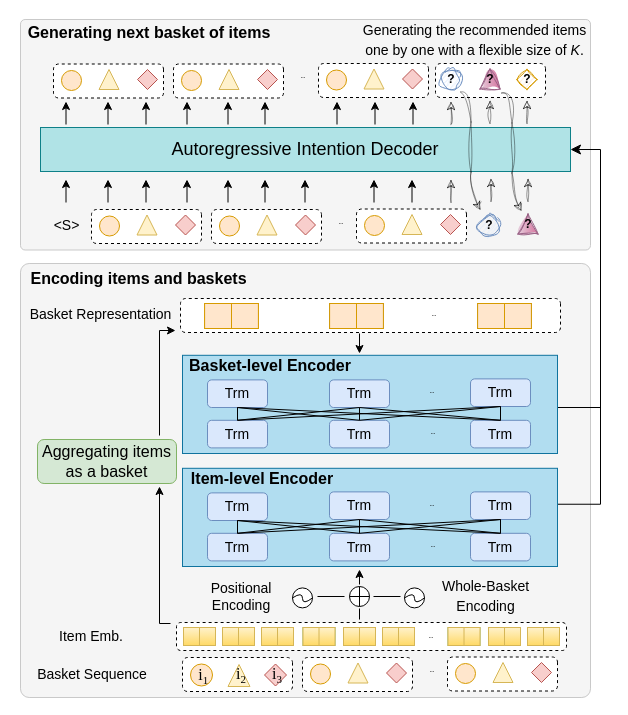
The draw.io diagram architecture.drawio in wenqisun/data, before the edit. Source tidied: cells renumbered, new cells numbered last; positions are measured from the earlier drawing's top-left corner, leaving out a move shared by most shapes. Both pictures are drawn from the tidied source at 100%, with x=0, y=0 at pixel (17, 17).
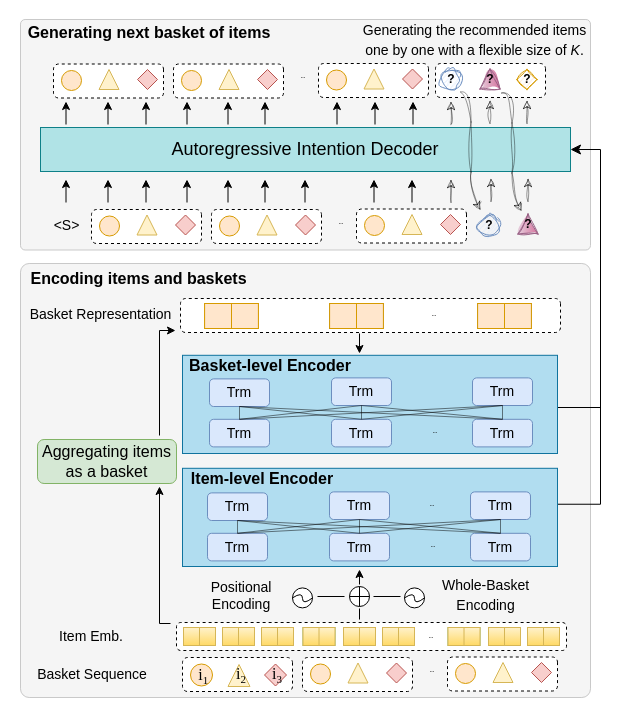
The same diagram, later.

The change refers to these unchanged cells:
```xml
<mxCell id="114" style="group;" parent="1" vertex="1">
  <mxGeometry x="164" y="332" width="376" height="116" as="geometry" />
</mxCell>
<mxCell id="134" style="group;" parent="1" vertex="1">
  <mxGeometry x="164" y="445" width="376" height="116" as="geometry" />
</mxCell>
<mxCell id="136" value="&lt;font style=&quot;font-size: 14px;&quot;&gt;Trm&lt;/font&gt;" style="rounded=1;whiteSpace=wrap;html=1;fillColor=#dae8fc;strokeColor=#6c8ebf;" parent="134" vertex="1">
  <mxGeometry x="26" y="30.4" width="60" height="27.6" as="geometry" />
</mxCell>
<mxCell id="137" value="&lt;font style=&quot;font-size: 14px;&quot;&gt;Trm&lt;/font&gt;" style="rounded=1;whiteSpace=wrap;html=1;fillColor=#dae8fc;strokeColor=#6c8ebf;" parent="134" vertex="1">
  <mxGeometry x="148" y="29.4" width="60" height="27.6" as="geometry" />
</mxCell>
<mxCell id="138" value="&lt;font style=&quot;font-size: 14px;&quot;&gt;Trm&lt;/font&gt;" style="rounded=1;whiteSpace=wrap;html=1;fillColor=#dae8fc;strokeColor=#6c8ebf;" parent="134" vertex="1">
  <mxGeometry x="289" y="29.4" width="60" height="27.6" as="geometry" />
</mxCell>
<mxCell id="139" value="&lt;font style=&quot;font-size: 14px;&quot;&gt;Trm&lt;/font&gt;" style="rounded=1;whiteSpace=wrap;html=1;fillColor=#dae8fc;strokeColor=#6c8ebf;" parent="134" vertex="1">
  <mxGeometry x="26" y="70.8" width="60" height="27.6" as="geometry" />
</mxCell>
<mxCell id="140" value="&lt;font style=&quot;font-size: 14px;&quot;&gt;Trm&lt;/font&gt;" style="rounded=1;whiteSpace=wrap;html=1;fillColor=#dae8fc;strokeColor=#6c8ebf;" parent="134" vertex="1">
  <mxGeometry x="148" y="70.8" width="60" height="27.6" as="geometry" />
</mxCell>
<mxCell id="141" value="&lt;font style=&quot;font-size: 14px;&quot;&gt;Trm&lt;/font&gt;" style="rounded=1;whiteSpace=wrap;html=1;fillColor=#dae8fc;strokeColor=#6c8ebf;" parent="134" vertex="1">
  <mxGeometry x="289" y="70.8" width="60" height="27.6" as="geometry" />
</mxCell>
```

Change to the diagram source:
```diff
@@
-    <mxCell id="116" value="&lt;font style=&quot;font-size: 14px;&quot;&gt;Trm&lt;/font&gt;" style="rounded=1;whiteSpace=wrap;html=1;fillColor=#dae8fc;strokeColor=#6c8ebf;" parent="114" vertex="1">
-      <mxGeometry x="26" y="30.4" width="60" height="27.6" as="geometry" />
-    </mxCell>
-    <mxCell id="117" value="&lt;font style=&quot;font-size: 14px;&quot;&gt;Trm&lt;/font&gt;" style="rounded=1;whiteSpace=wrap;html=1;fillColor=#dae8fc;strokeColor=#6c8ebf;" parent="114" vertex="1">
-      <mxGeometry x="148" y="30.4" width="60" height="27.6" as="geometry" />
-    </mxCell>
-    <mxCell id="118" value="&lt;font style=&quot;font-size: 14px;&quot;&gt;Trm&lt;/font&gt;" style="rounded=1;whiteSpace=wrap;html=1;fillColor=#dae8fc;strokeColor=#6c8ebf;" parent="114" vertex="1">
-      <mxGeometry x="289" y="29.4" width="60" height="27.6" as="geometry" />
-    </mxCell>
-    <mxCell id="119" value="&lt;font style=&quot;font-size: 14px;&quot;&gt;Trm&lt;/font&gt;" style="rounded=1;whiteSpace=wrap;html=1;fillColor=#dae8fc;strokeColor=#6c8ebf;" parent="114" vertex="1">
-      <mxGeometry x="26" y="70.8" width="60" height="27.6" as="geometry" />
-    </mxCell>
-    <mxCell id="120" value="&lt;font style=&quot;font-size: 14px;&quot;&gt;Trm&lt;/font&gt;" style="rounded=1;whiteSpace=wrap;html=1;fillColor=#dae8fc;strokeColor=#6c8ebf;" parent="114" vertex="1">
-      <mxGeometry x="148" y="70.8" width="60" height="27.6" as="geometry" />
-    </mxCell>
-    <mxCell id="121" value="&lt;font style=&quot;font-size: 14px;&quot;&gt;Trm&lt;/font&gt;" style="rounded=1;whiteSpace=wrap;html=1;fillColor=#dae8fc;strokeColor=#6c8ebf;" parent="114" vertex="1">
-      <mxGeometry x="289" y="70.8" width="60" height="27.6" as="geometry" />
-    </mxCell>
-    <mxCell id="122" value="&lt;p style=&quot;line-height: 0%;&quot;&gt;&lt;font face=&quot;Comic Sans MS&quot;&gt;&lt;span style=&quot;font-size: 11px;&quot;&gt;...&lt;/span&gt;&lt;/font&gt;&lt;/p&gt;" style="text;strokeColor=none;align=center;fillColor=none;html=1;verticalAlign=middle;whiteSpace=wrap;rounded=0;dashed=1;" parent="114" vertex="1">
-      <mxGeometry x="236" y="25.8" width="30" height="27.6" as="geometry" />
-    </mxCell>
-    <mxCell id="123" value="&lt;p style=&quot;line-height: 0%;&quot;&gt;&lt;font face=&quot;Comic Sans MS&quot;&gt;&lt;span style=&quot;font-size: 11px;&quot;&gt;...&lt;/span&gt;&lt;/font&gt;&lt;/p&gt;" style="text;strokeColor=none;align=center;fillColor=none;html=1;verticalAlign=middle;whiteSpace=wrap;rounded=0;dashed=1;" parent="114" vertex="1">
-      <mxGeometry x="237" y="67.1" width="30" height="27.6" as="geometry" />
-    </mxCell>
@@
-    <mxCell id="125" style="endArrow=none;html=1;rounded=0;entryX=0.5;entryY=1;entryDx=0;entryDy=0;exitX=0.5;exitY=0;exitDx=0;exitDy=0;" parent="114" edge="1" source="119" target="116">
-      <mxGeometry relative="1" as="geometry" />
-    </mxCell>
-    <mxCell id="126" style="endArrow=none;html=1;rounded=0;entryX=0.5;entryY=1;entryDx=0;entryDy=0;exitX=0.5;exitY=0;exitDx=0;exitDy=0;" parent="114" edge="1" source="120" target="117">
-      <mxGeometry relative="1" as="geometry" />
-    </mxCell>
-    <mxCell id="127" style="endArrow=none;html=1;rounded=0;entryX=0.5;entryY=1;entryDx=0;entryDy=0;" parent="114" edge="1" source="121" target="118">
-      <mxGeometry relative="1" as="geometry" />
-    </mxCell>
-    <mxCell id="128" style="endArrow=none;html=1;rounded=0;entryX=0.5;entryY=1;entryDx=0;entryDy=0;exitX=0.5;exitY=0;exitDx=0;exitDy=0;" parent="114" edge="1" source="120" target="116">
-      <mxGeometry relative="1" as="geometry" />
-    </mxCell>
-    <mxCell id="129" style="endArrow=none;html=1;rounded=0;entryX=0.5;entryY=0;entryDx=0;entryDy=0;exitX=0.5;exitY=1;exitDx=0;exitDy=0;" parent="114" edge="1" source="118" target="120">
-      <mxGeometry relative="1" as="geometry" />
-    </mxCell>
-    <mxCell id="130" style="endArrow=none;html=1;rounded=0;exitX=0.5;exitY=0;exitDx=0;exitDy=0;entryX=0.5;entryY=1;entryDx=0;entryDy=0;" parent="114" edge="1" source="119" target="117">
-      <mxGeometry relative="1" as="geometry" />
-    </mxCell>
-    <mxCell id="131" style="endArrow=none;html=1;rounded=0;exitX=0.5;exitY=0;exitDx=0;exitDy=0;entryX=0.5;entryY=1;entryDx=0;entryDy=0;" parent="114" edge="1" source="119" target="118">
-      <mxGeometry relative="1" as="geometry" />
-    </mxCell>
-    <mxCell id="132" style="endArrow=none;html=1;rounded=0;entryX=0.5;entryY=1;entryDx=0;entryDy=0;exitX=0.5;exitY=0;exitDx=0;exitDy=0;" parent="114" edge="1" source="121" target="117">
-      <mxGeometry relative="1" as="geometry" />
-    </mxCell>
-    <mxCell id="133" style="endArrow=none;html=1;rounded=0;entryX=0.5;entryY=1;entryDx=0;entryDy=0;exitX=0.5;exitY=0;exitDx=0;exitDy=0;" parent="114" edge="1" source="121" target="116">
-      <mxGeometry relative="1" as="geometry" />
-    </mxCell>
@@
-    <mxCell id="145" style="endArrow=none;html=1;rounded=0;entryX=0.5;entryY=1;entryDx=0;entryDy=0;exitX=0.5;exitY=0;exitDx=0;exitDy=0;" parent="134" edge="1" source="139" target="136">
+    <mxCell id="145" style="endArrow=none;html=1;rounded=0;entryX=0.5;entryY=1;entryDx=0;entryDy=0;exitX=0.5;exitY=0;exitDx=0;exitDy=0;strokeWidth=0.5;" parent="134" edge="1" source="139" target="136">
       <mxGeometry relative="1" as="geometry" />
     </mxCell>
-    <mxCell id="146" style="endArrow=none;html=1;rounded=0;entryX=0.5;entryY=1;entryDx=0;entryDy=0;exitX=0.5;exitY=0;exitDx=0;exitDy=0;" parent="134" edge="1" source="140" target="137">
-      <mxGeometry relative="1" as="geometry" />
-    </mxCell>
-    <mxCell id="147" style="endArrow=none;html=1;rounded=0;entryX=0.5;entryY=1;entryDx=0;entryDy=0;" parent="134" edge="1" source="141" target="138">
-      <mxGeometry relative="1" as="geometry" />
-    </mxCell>
-    <mxCell id="148" style="endArrow=none;html=1;rounded=0;entryX=0.5;entryY=1;entryDx=0;entryDy=0;exitX=0.5;exitY=0;exitDx=0;exitDy=0;" parent="134" edge="1" source="140" target="136">
-      <mxGeometry relative="1" as="geometry" />
-    </mxCell>
-    <mxCell id="149" style="endArrow=none;html=1;rounded=0;entryX=0.5;entryY=0;entryDx=0;entryDy=0;exitX=0.5;exitY=1;exitDx=0;exitDy=0;" parent="134" edge="1" source="138" target="140">
-      <mxGeometry relative="1" as="geometry" />
-    </mxCell>
-    <mxCell id="150" style="endArrow=none;html=1;rounded=0;exitX=0.5;exitY=0;exitDx=0;exitDy=0;entryX=0.5;entryY=1;entryDx=0;entryDy=0;" parent="134" edge="1" source="139" target="137">
+    <mxCell id="150" style="endArrow=none;html=1;rounded=0;entryX=0.5;entryY=1;entryDx=0;entryDy=0;strokeWidth=0.5;exitX=0.5;exitY=0;exitDx=0;exitDy=0;" parent="134" edge="1" source="139" target="137">
       <mxGeometry relative="1" as="geometry" />
     </mxCell>
-    <mxCell id="151" style="endArrow=none;html=1;rounded=0;exitX=0.5;exitY=0;exitDx=0;exitDy=0;entryX=0.5;entryY=1;entryDx=0;entryDy=0;" parent="134" edge="1" source="139" target="138">
+    <mxCell id="151" style="endArrow=none;html=1;rounded=0;entryX=0.5;entryY=1;entryDx=0;entryDy=0;strokeWidth=0.5;exitX=0.5;exitY=0;exitDx=0;exitDy=0;" parent="134" edge="1" source="139" target="138">
       <mxGeometry relative="1" as="geometry" />
     </mxCell>
+    <mxCell id="146" style="endArrow=none;html=1;rounded=0;entryX=0.5;entryY=1;entryDx=0;entryDy=0;exitX=0.5;exitY=0;exitDx=0;exitDy=0;strokeWidth=0.5;" parent="134" edge="1" source="140" target="137">
+      <mxGeometry relative="1" as="geometry" />
+    </mxCell>
+    <mxCell id="148" style="endArrow=none;html=1;rounded=0;entryX=0.5;entryY=1;entryDx=0;entryDy=0;exitX=0.5;exitY=0;exitDx=0;exitDy=0;strokeWidth=0.5;" parent="134" edge="1" source="140" target="136">
+      <mxGeometry relative="1" as="geometry" />
+    </mxCell>
+    <mxCell id="182" style="endArrow=none;html=1;rounded=0;entryX=0.5;entryY=1;entryDx=0;entryDy=0;strokeWidth=0.5;exitX=0.5;exitY=0;exitDx=0;exitDy=0;" parent="134" edge="1" source="140" target="138">
+      <mxGeometry relative="1" as="geometry" />
+    </mxCell>
+    <mxCell id="147" style="endArrow=none;html=1;rounded=0;entryX=0.5;entryY=1;entryDx=0;entryDy=0;exitX=0.5;exitY=0;exitDx=0;exitDy=0;strokeWidth=0.5;" parent="134" edge="1" source="141" target="138">
+      <mxGeometry relative="1" as="geometry" />
+    </mxCell>
-    <mxCell id="152" style="endArrow=none;html=1;rounded=0;entryX=0.5;entryY=1;entryDx=0;entryDy=0;exitX=0.5;exitY=0;exitDx=0;exitDy=0;" parent="134" edge="1" source="141" target="137">
+    <mxCell id="152" style="endArrow=none;html=1;rounded=0;exitX=0.5;exitY=0;exitDx=0;exitDy=0;strokeWidth=0.5;entryX=0.5;entryY=1;entryDx=0;entryDy=0;" parent="134" edge="1" source="141" target="137">
       <mxGeometry relative="1" as="geometry" />
     </mxCell>
-    <mxCell id="153" style="endArrow=none;html=1;rounded=0;entryX=0.5;entryY=1;entryDx=0;entryDy=0;exitX=0.5;exitY=0;exitDx=0;exitDy=0;" parent="134" edge="1" source="141" target="136">
+    <mxCell id="153" style="endArrow=none;html=1;rounded=0;entryX=0.5;entryY=1;entryDx=0;entryDy=0;exitX=0.5;exitY=0;exitDx=0;exitDy=0;strokeWidth=0.5;" parent="134" edge="1" source="141" target="136">
       <mxGeometry relative="1" as="geometry" />
     </mxCell>
@@
     <mxCell id="162" value="&lt;font style=&quot;font-size: 14px;&quot;&gt;Positional Encoding&lt;/font&gt;" style="text;strokeColor=none;align=center;fillColor=none;html=1;verticalAlign=middle;whiteSpace=wrap;rounded=0;fontSize=14;" parent="1" vertex="1">
-      <mxGeometry x="184" y="561" width="80" height="36" as="geometry" />
+      <mxGeometry x="184" y="560" width="80" height="36" as="geometry" />
     </mxCell>
     <mxCell id="163" value="&lt;font style=&quot;font-size: 14px;&quot;&gt;Whole-Basket Encoding&lt;/font&gt;" style="text;strokeColor=none;align=center;fillColor=none;html=1;verticalAlign=middle;whiteSpace=wrap;rounded=0;fontSize=16;" parent="1" vertex="1">
-      <mxGeometry x="416.5" y="563" width="103" height="30" as="geometry" />
+      <mxGeometry x="416.5" y="562" width="103" height="30" as="geometry" />
     </mxCell>
@@
+    <mxCell id="183" value="&lt;font style=&quot;font-size: 14px;&quot;&gt;Trm&lt;/font&gt;" style="rounded=1;whiteSpace=wrap;html=1;fillColor=#dae8fc;strokeColor=#6c8ebf;" parent="1" vertex="1">
+      <mxGeometry x="192" y="361.4" width="60" height="27.6" as="geometry" />
+    </mxCell>
+    <mxCell id="184" value="&lt;font style=&quot;font-size: 14px;&quot;&gt;Trm&lt;/font&gt;" style="rounded=1;whiteSpace=wrap;html=1;fillColor=#dae8fc;strokeColor=#6c8ebf;" parent="1" vertex="1">
+      <mxGeometry x="314" y="360.4" width="60" height="27.6" as="geometry" />
+    </mxCell>
+    <mxCell id="185" value="&lt;font style=&quot;font-size: 14px;&quot;&gt;Trm&lt;/font&gt;" style="rounded=1;whiteSpace=wrap;html=1;fillColor=#dae8fc;strokeColor=#6c8ebf;" parent="1" vertex="1">
+      <mxGeometry x="455" y="360.4" width="60" height="27.6" as="geometry" />
+    </mxCell>
+    <mxCell id="186" value="&lt;font style=&quot;font-size: 14px;&quot;&gt;Trm&lt;/font&gt;" style="rounded=1;whiteSpace=wrap;html=1;fillColor=#dae8fc;strokeColor=#6c8ebf;" parent="1" vertex="1">
+      <mxGeometry x="192" y="401.8" width="60" height="27.6" as="geometry" />
+    </mxCell>
+    <mxCell id="187" value="&lt;font style=&quot;font-size: 14px;&quot;&gt;Trm&lt;/font&gt;" style="rounded=1;whiteSpace=wrap;html=1;fillColor=#dae8fc;strokeColor=#6c8ebf;" parent="1" vertex="1">
+      <mxGeometry x="314" y="401.8" width="60" height="27.6" as="geometry" />
+    </mxCell>
+    <mxCell id="188" value="&lt;font style=&quot;font-size: 14px;&quot;&gt;Trm&lt;/font&gt;" style="rounded=1;whiteSpace=wrap;html=1;fillColor=#dae8fc;strokeColor=#6c8ebf;" parent="1" vertex="1">
+      <mxGeometry x="455" y="401.8" width="60" height="27.6" as="geometry" />
+    </mxCell>
+    <mxCell id="189" value="&lt;p style=&quot;line-height: 0%;&quot;&gt;&lt;font face=&quot;Comic Sans MS&quot;&gt;&lt;span style=&quot;font-size: 11px;&quot;&gt;...&lt;/span&gt;&lt;/font&gt;&lt;/p&gt;" style="text;strokeColor=none;align=center;fillColor=none;html=1;verticalAlign=middle;whiteSpace=wrap;rounded=0;dashed=1;" parent="1" vertex="1">
+      <mxGeometry x="403" y="398.1" width="30" height="27.6" as="geometry" />
+    </mxCell>
+    <mxCell id="190" style="endArrow=none;html=1;rounded=0;entryX=0.5;entryY=1;entryDx=0;entryDy=0;exitX=0.5;exitY=0;exitDx=0;exitDy=0;strokeWidth=0.5;" parent="1" edge="1" source="186" target="183">
+      <mxGeometry relative="1" as="geometry" />
+    </mxCell>
+    <mxCell id="191" style="endArrow=none;html=1;rounded=0;entryX=0.5;entryY=1;entryDx=0;entryDy=0;strokeWidth=0.5;exitX=0.5;exitY=0;exitDx=0;exitDy=0;" parent="1" edge="1" source="186" target="184">
+      <mxGeometry relative="1" as="geometry" />
+    </mxCell>
+    <mxCell id="192" style="endArrow=none;html=1;rounded=0;entryX=0.5;entryY=1;entryDx=0;entryDy=0;strokeWidth=0.5;exitX=0.5;exitY=0;exitDx=0;exitDy=0;" parent="1" edge="1" source="186" target="185">
+      <mxGeometry relative="1" as="geometry" />
+    </mxCell>
+    <mxCell id="193" style="endArrow=none;html=1;rounded=0;entryX=0.5;entryY=1;entryDx=0;entryDy=0;exitX=0.5;exitY=0;exitDx=0;exitDy=0;strokeWidth=0.5;" parent="1" edge="1" source="187" target="184">
+      <mxGeometry relative="1" as="geometry" />
+    </mxCell>
+    <mxCell id="194" style="endArrow=none;html=1;rounded=0;entryX=0.5;entryY=1;entryDx=0;entryDy=0;exitX=0.5;exitY=0;exitDx=0;exitDy=0;strokeWidth=0.5;" parent="1" edge="1" source="187" target="183">
+      <mxGeometry relative="1" as="geometry" />
+    </mxCell>
+    <mxCell id="195" style="endArrow=none;html=1;rounded=0;entryX=0.5;entryY=1;entryDx=0;entryDy=0;strokeWidth=0.5;exitX=0.5;exitY=0;exitDx=0;exitDy=0;" parent="1" edge="1" source="187" target="185">
+      <mxGeometry relative="1" as="geometry" />
+    </mxCell>
+    <mxCell id="196" style="endArrow=none;html=1;rounded=0;entryX=0.5;entryY=1;entryDx=0;entryDy=0;exitX=0.5;exitY=0;exitDx=0;exitDy=0;strokeWidth=0.5;" parent="1" edge="1" source="188" target="185">
+      <mxGeometry relative="1" as="geometry" />
+    </mxCell>
+    <mxCell id="197" style="endArrow=none;html=1;rounded=0;exitX=0.5;exitY=0;exitDx=0;exitDy=0;strokeWidth=0.5;entryX=0.5;entryY=1;entryDx=0;entryDy=0;" parent="1" edge="1" source="188" target="184">
+      <mxGeometry relative="1" as="geometry" />
+    </mxCell>
+    <mxCell id="198" style="endArrow=none;html=1;rounded=0;entryX=0.5;entryY=1;entryDx=0;entryDy=0;exitX=0.5;exitY=0;exitDx=0;exitDy=0;strokeWidth=0.5;" parent="1" edge="1" source="188" target="183">
+      <mxGeometry relative="1" as="geometry" />
+    </mxCell>
```
